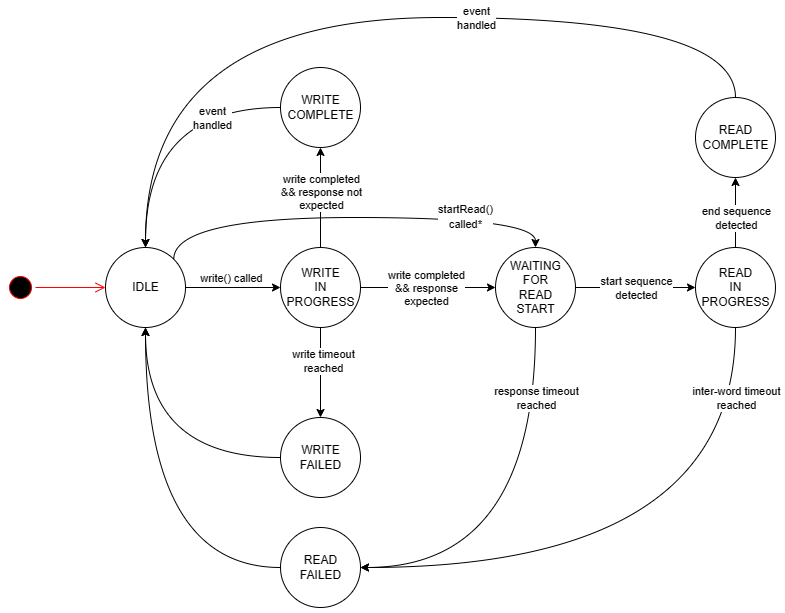
The draw.io diagram images/MapleBus_Class_State_Machine.png in OrangeFox86/DreamcastControllerUsbPico, before a commit. Source tidied: cells renumbered, new cells last; positions are measured from the earlier drawing's top-left corner, leaving out a move shared by most shapes.
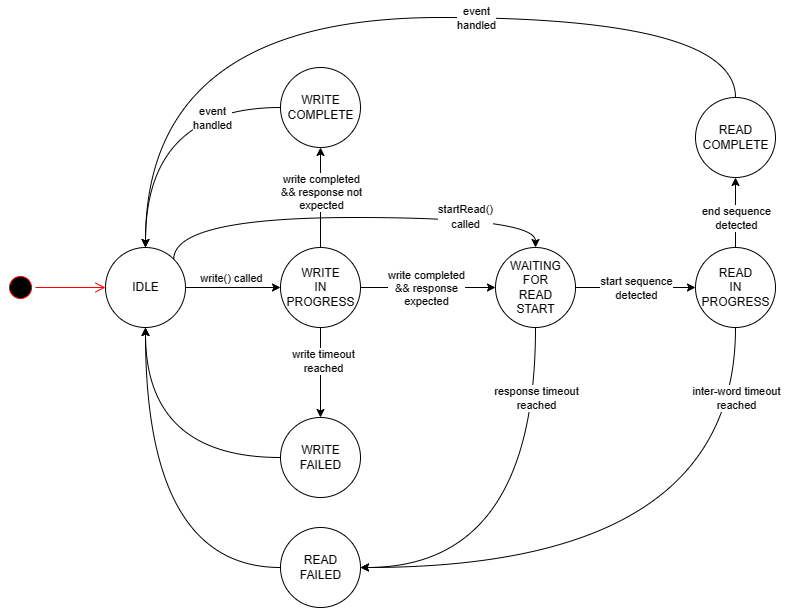
Later version of the same file.

Commit message:
57: Removed asterisk from state machine image

Diff of the diagram source:
```diff
@@ -133,7 +133,7 @@
         </Array>
       </mxGeometry>
     </mxCell>
-    <mxCell id="35" value="&lt;font color=&quot;#030303&quot; face=&quot;Helvetica&quot;&gt;startRead() &lt;br&gt;called*&lt;/font&gt;" style="edgeLabel;html=1;align=center;verticalAlign=middle;fontFamily=Courier New;fontColor=#FFFFFF;" parent="34" vertex="1">
+    <mxCell id="35" value="&lt;font color=&quot;#030303&quot; face=&quot;Helvetica&quot;&gt;startRead() &lt;br&gt;called&lt;/font&gt;" style="edgeLabel;html=1;align=center;verticalAlign=middle;fontFamily=Courier New;fontColor=#FFFFFF;" parent="34" vertex="1">
       <mxGeometry x="0.2" y="1" relative="1" as="geometry">
         <mxPoint x="74" as="offset" />
       </mxGeometry>
```
